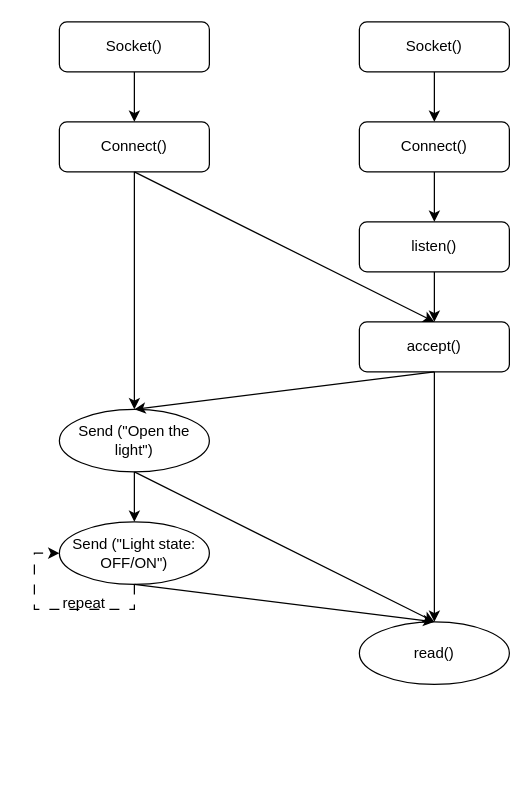
Above: PBL5.drawio in 106210049/CK_RTOS (draw.io), before the change. Source tidied: cells renumbered, new cells numbered last; positions are measured from the earlier drawing's top-left corner, leaving out a move shared by most shapes. Both pictures are drawn from the tidied source at 125%, with x=0, y=0 at pixel (34, 21).
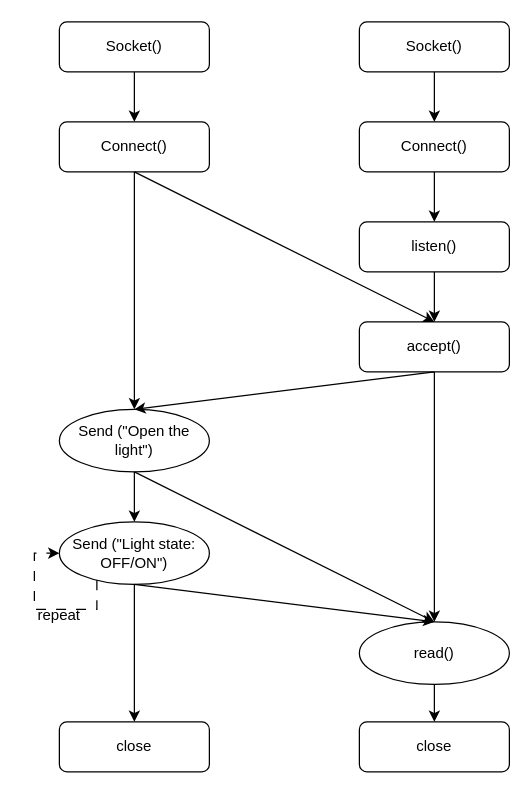
After the change.

Unchanged cells that the change refers to:
```xml
<mxCell id="18" value="Send (&quot;Light state: OFF/ON&quot;)" style="ellipse;whiteSpace=wrap;html=1;" parent="1" vertex="1">
  <mxGeometry x="20" y="400" width="120" height="50" as="geometry" />
</mxCell>
<mxCell id="19" value="read()" style="ellipse;whiteSpace=wrap;html=1;" parent="1" vertex="1">
  <mxGeometry x="260" y="480" width="120" height="50" as="geometry" />
</mxCell>
```

Change to the diagram source:
```diff
@@
+    <mxCell id="24" style="edgeStyle=orthogonalEdgeStyle;rounded=0;jettySize=auto;html=1;entryX=0.5;entryY=0;entryDx=0;entryDy=0;" parent="1" edge="1" source="18" target="27">
+      <mxGeometry relative="1" as="geometry" />
+    </mxCell>
@@
+    <mxCell id="25" style="edgeStyle=orthogonalEdgeStyle;rounded=0;jettySize=auto;html=1;" parent="1" edge="1" source="19" target="26">
+      <mxGeometry relative="1" as="geometry" />
+    </mxCell>
@@
     <mxCell id="22" style="edgeStyle=orthogonalEdgeStyle;rounded=0;orthogonalLoop=1;jettySize=auto;html=1;entryX=0;entryY=0.5;entryDx=0;entryDy=0;dashed=1;dashPattern=8 8;" parent="1" edge="1" source="18" target="18">
       <mxGeometry relative="1" as="geometry">
         <Array as="points">
-          <mxPoint x="80" y="470" />
+          <mxPoint x="50" y="470" />
           <mxPoint y="470" />
           <mxPoint y="425" />
         </Array>
       </mxGeometry>
     </mxCell>
     <mxCell id="23" value="repeat" style="text;strokeColor=none;align=center;fillColor=none;html=1;verticalAlign=middle;whiteSpace=wrap;rounded=0;" parent="1" vertex="1">
-      <mxGeometry x="10" y="450" width="60" height="30" as="geometry" />
+      <mxGeometry x="-10" y="460" width="60" height="30" as="geometry" />
     </mxCell>
+    <mxCell id="26" value="close" style="rounded=1;whiteSpace=wrap;html=1;" parent="1" vertex="1">
+      <mxGeometry x="260" y="560" width="120" height="40" as="geometry" />
+    </mxCell>
+    <mxCell id="27" value="close" style="rounded=1;whiteSpace=wrap;html=1;" parent="1" vertex="1">
+      <mxGeometry x="20" y="560" width="120" height="40" as="geometry" />
+    </mxCell>
```
